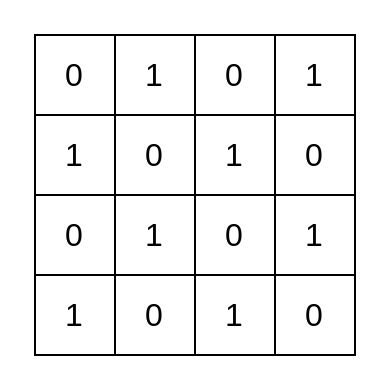
This is doc/checkboard.drawio from shanshan-lu/homwork, a draw.io file, before an edit. Source tidied: cells renumbered, new cells numbered last; positions are measured from the earlier drawing's top-left corner, leaving out a move shared by most shapes. Both pictures are drawn from the tidied source at 200%, with x=0, y=0 at pixel (34, 34).
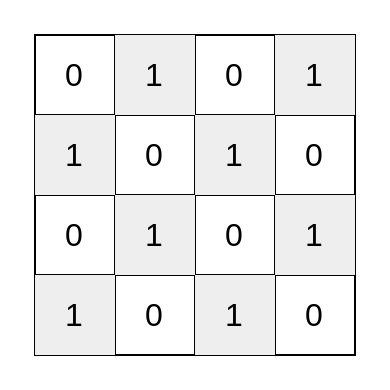
After the change.

Unchanged cells that the change refers to:
```xml
<mxCell id="3" style="shape=tableRow;horizontal=0;startSize=0;swimlaneHead=0;swimlaneBody=0;strokeColor=inherit;top=0;left=0;bottom=0;right=0;fillColor=none;fontSize=16;" parent="2" vertex="1">
  <mxGeometry width="160" height="40" as="geometry" />
</mxCell>
<mxCell id="8" style="shape=tableRow;horizontal=0;startSize=0;swimlaneHead=0;swimlaneBody=0;strokeColor=inherit;top=0;left=0;bottom=0;right=0;fillColor=none;fontSize=16;" parent="2" vertex="1">
  <mxGeometry y="40" width="160" height="40" as="geometry" />
</mxCell>
<mxCell id="13" style="shape=tableRow;horizontal=0;startSize=0;swimlaneHead=0;swimlaneBody=0;strokeColor=inherit;top=0;left=0;bottom=0;right=0;fillColor=none;fontSize=16;" parent="2" vertex="1">
  <mxGeometry y="80" width="160" height="40" as="geometry" />
</mxCell>
<mxCell id="18" style="shape=tableRow;horizontal=0;startSize=0;swimlaneHead=0;swimlaneBody=0;strokeColor=inherit;top=0;left=0;bottom=0;right=0;fillColor=none;fontSize=16;" parent="2" vertex="1">
  <mxGeometry y="120" width="160" height="40" as="geometry" />
</mxCell>
```

Change to the diagram source:
```diff
@@
-    <mxCell id="5" value="1" style="shape=partialRectangle;html=1;whiteSpace=wrap;strokeColor=inherit;overflow=hidden;fillColor=none;top=0;left=0;bottom=0;right=0;fontSize=16;" parent="3" vertex="1">
+    <mxCell id="5" value="1" style="shape=partialRectangle;html=1;whiteSpace=wrap;strokeColor=#36393d;overflow=hidden;fillColor=#eeeeee;top=0;left=0;bottom=0;right=0;fontSize=16;" parent="3" vertex="1">
       <mxGeometry x="40" width="40" height="40" as="geometry" />
     </mxCell>
@@
-    <mxCell id="7" value="1" style="shape=partialRectangle;html=1;whiteSpace=wrap;strokeColor=inherit;overflow=hidden;fillColor=none;top=0;left=0;bottom=0;right=0;fontSize=16;" parent="3" vertex="1">
+    <mxCell id="7" value="1" style="shape=partialRectangle;html=1;whiteSpace=wrap;strokeColor=#36393d;overflow=hidden;fillColor=#eeeeee;top=0;left=0;bottom=0;right=0;fontSize=16;" parent="3" vertex="1">
       <mxGeometry x="120" width="40" height="40" as="geometry" />
     </mxCell>
@@
-    <mxCell id="9" value="1" style="shape=partialRectangle;html=1;whiteSpace=wrap;strokeColor=inherit;overflow=hidden;fillColor=none;top=0;left=0;bottom=0;right=0;fontSize=16;" parent="8" vertex="1">
+    <mxCell id="9" value="1" style="shape=partialRectangle;html=1;whiteSpace=wrap;strokeColor=#36393d;overflow=hidden;fillColor=#eeeeee;top=0;left=0;bottom=0;right=0;fontSize=16;" parent="8" vertex="1">
       <mxGeometry width="40" height="40" as="geometry" />
     </mxCell>
@@
-    <mxCell id="11" value="1" style="shape=partialRectangle;html=1;whiteSpace=wrap;strokeColor=inherit;overflow=hidden;fillColor=none;top=0;left=0;bottom=0;right=0;fontSize=16;" parent="8" vertex="1">
+    <mxCell id="11" value="1" style="shape=partialRectangle;html=1;whiteSpace=wrap;strokeColor=#36393d;overflow=hidden;fillColor=#eeeeee;top=0;left=0;bottom=0;right=0;fontSize=16;" parent="8" vertex="1">
       <mxGeometry x="80" width="40" height="40" as="geometry" />
     </mxCell>
@@
-    <mxCell id="15" value="1" style="shape=partialRectangle;html=1;whiteSpace=wrap;strokeColor=inherit;overflow=hidden;fillColor=none;top=0;left=0;bottom=0;right=0;fontSize=16;" parent="13" vertex="1">
+    <mxCell id="15" value="1" style="shape=partialRectangle;html=1;whiteSpace=wrap;strokeColor=#36393d;overflow=hidden;fillColor=#eeeeee;top=0;left=0;bottom=0;right=0;fontSize=16;" parent="13" vertex="1">
       <mxGeometry x="40" width="40" height="40" as="geometry" />
     </mxCell>
@@
-    <mxCell id="17" value="1" style="shape=partialRectangle;html=1;whiteSpace=wrap;strokeColor=inherit;overflow=hidden;fillColor=none;top=0;left=0;bottom=0;right=0;fontSize=16;" parent="13" vertex="1">
+    <mxCell id="17" value="1" style="shape=partialRectangle;html=1;whiteSpace=wrap;strokeColor=#36393d;overflow=hidden;fillColor=#eeeeee;top=0;left=0;bottom=0;right=0;fontSize=16;" parent="13" vertex="1">
       <mxGeometry x="120" width="40" height="40" as="geometry" />
     </mxCell>
@@
-    <mxCell id="19" value="1" style="shape=partialRectangle;html=1;whiteSpace=wrap;strokeColor=inherit;overflow=hidden;fillColor=none;top=0;left=0;bottom=0;right=0;fontSize=16;" parent="18" vertex="1">
+    <mxCell id="19" value="1" style="shape=partialRectangle;html=1;whiteSpace=wrap;strokeColor=#36393d;overflow=hidden;fillColor=#eeeeee;top=0;left=0;bottom=0;right=0;fontSize=16;" parent="18" vertex="1">
       <mxGeometry width="40" height="40" as="geometry" />
     </mxCell>
@@
-    <mxCell id="21" value="1" style="shape=partialRectangle;html=1;whiteSpace=wrap;strokeColor=inherit;overflow=hidden;fillColor=none;top=0;left=0;bottom=0;right=0;fontSize=16;" parent="18" vertex="1">
+    <mxCell id="21" value="1" style="shape=partialRectangle;html=1;whiteSpace=wrap;strokeColor=#36393d;overflow=hidden;fillColor=#eeeeee;top=0;left=0;bottom=0;right=0;fontSize=16;" parent="18" vertex="1">
       <mxGeometry x="80" width="40" height="40" as="geometry" />
     </mxCell>
```
